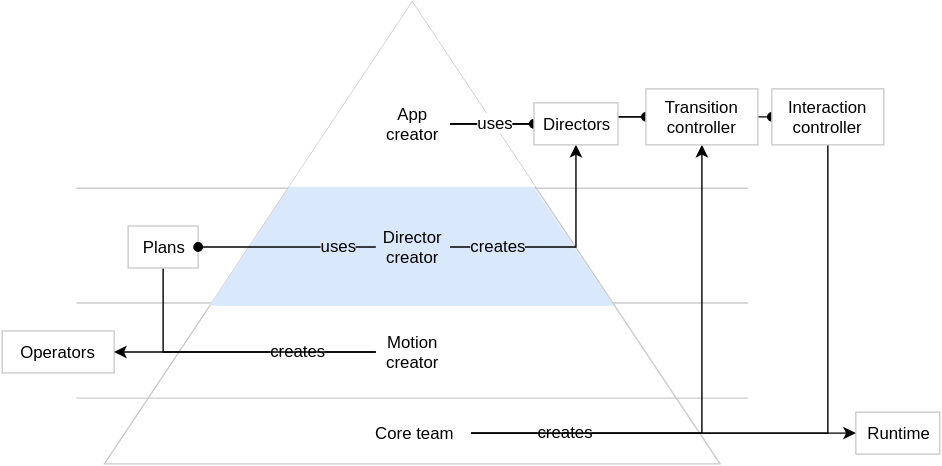
Above: assets/L2.svg in material-motion/material-motion (draw.io), before the change. Source tidied: cells renumbered, new cells last; positions are measured from the earlier drawing's top-left corner, leaving out a move shared by most shapes. The source it was exported from:
```xml
<mxGraphModel background="#ffffff">
  <root>
    <mxCell id="0" />
    <mxCell id="1" parent="0" />
    <mxCell id="2" style="triangle;whiteSpace=wrap;html=1;rotation=-90;strokeColor=#CCCCCC;" parent="1" vertex="1">
      <mxGeometry x="128" width="330" height="440" as="geometry" />
    </mxCell>
    <mxCell id="3" style="endArrow=none;html=1;endFill=0;strokeColor=#CCCCCC;" parent="1" edge="1">
      <mxGeometry relative="1" as="geometry">
        <mxPoint x="53" y="188" as="sourcePoint" />
        <mxPoint x="533" y="188" as="targetPoint" />
      </mxGeometry>
    </mxCell>
    <mxCell id="4" style="endArrow=none;html=1;endFill=0;strokeColor=#CCCCCC;" parent="1" edge="1">
      <mxGeometry relative="1" as="geometry">
        <mxPoint x="53" y="270" as="sourcePoint" />
        <mxPoint x="533" y="270" as="targetPoint" />
      </mxGeometry>
    </mxCell>
    <mxCell id="5" style="endArrow=none;html=1;endFill=0;strokeColor=#CCCCCC;" parent="1" edge="1">
      <mxGeometry relative="1" as="geometry">
        <mxPoint x="53" y="338" as="sourcePoint" />
        <mxPoint x="533" y="338" as="targetPoint" />
      </mxGeometry>
    </mxCell>
    <mxCell id="6" style="triangle;whiteSpace=wrap;html=1;rotation=-90;strokeColor=none;fillColor=#dae8fc;" parent="1" vertex="1">
      <mxGeometry x="185" y="20" width="215" height="289" as="geometry" />
    </mxCell>
    <mxCell id="7" style="triangle;whiteSpace=wrap;html=1;rotation=-90;strokeColor=none;fillColor=#ffffff;" parent="1" vertex="1">
      <mxGeometry x="227" y="33" width="132" height="176" as="geometry" />
    </mxCell>
    <mxCell id="8" style="group;" parent="1" vertex="1">
      <mxGeometry y="117" width="670" height="266" as="geometry" />
    </mxCell>
    <mxCell id="9" style="edgeStyle=orthogonalEdgeStyle;rounded=0;html=1;exitX=1;exitY=0.5;entryX=0;entryY=0.5;startArrow=none;startFill=0;endArrow=oval;endFill=1;jettySize=auto;strokeColor=#000000;" parent="8" edge="1" source="24" target="34">
      <mxGeometry relative="1" as="geometry" />
    </mxCell>
    <mxCell id="10" style="edgeStyle=orthogonalEdgeStyle;rounded=0;html=1;exitX=0;exitY=0.5;entryX=0.5;entryY=1;endArrow=classic;endFill=1;jettySize=auto;strokeColor=#000000;" parent="8" edge="1" source="12">
      <mxGeometry relative="1" as="geometry">
        <mxPoint x="115" y="113" as="targetPoint" />
      </mxGeometry>
    </mxCell>
    <mxCell id="11" value="creates" style="text;html=1;align=center;verticalAlign=middle;labelBackgroundColor=#ffffff;" parent="10" vertex="1">
      <mxGeometry x="0.35" relative="1" as="geometry">
        <mxPoint x="96" y="-1" as="offset" />
      </mxGeometry>
    </mxCell>
    <mxCell id="12" value="Motion creator" style="text;html=1;strokeColor=none;fillColor=none;align=center;verticalAlign=middle;whiteSpace=wrap;overflow=hidden;" parent="8" vertex="1">
      <mxGeometry x="267" y="168" width="53" height="40" as="geometry" />
    </mxCell>
    <mxCell id="13" style="edgeStyle=orthogonalEdgeStyle;rounded=0;html=1;exitX=1;exitY=0.5;entryX=0.5;entryY=1;endArrow=classic;endFill=1;jettySize=auto;strokeColor=#000000;" parent="8" edge="1" source="15">
      <mxGeometry relative="1" as="geometry">
        <mxPoint x="590" y="21" as="targetPoint" />
      </mxGeometry>
    </mxCell>
    <mxCell id="14" value="creates" style="text;html=1;align=center;verticalAlign=middle;labelBackgroundColor=#ffffff;" parent="13" vertex="1">
      <mxGeometry x="-0.24" y="-3" relative="1" as="geometry">
        <mxPoint x="-115" y="-5" as="offset" />
      </mxGeometry>
    </mxCell>
    <mxCell id="15" value="Core team" style="text;html=1;strokeColor=none;fillColor=none;align=center;verticalAlign=middle;whiteSpace=wrap;overflow=hidden;" parent="8" vertex="1">
      <mxGeometry x="252" y="226" width="83" height="40" as="geometry" />
    </mxCell>
    <mxCell id="16" value="Runtime" style="whiteSpace=wrap;html=1;strokeColor=#CCCCCC;" parent="8" vertex="1">
      <mxGeometry x="610" y="231" width="60" height="30" as="geometry" />
    </mxCell>
    <mxCell id="17" style="edgeStyle=orthogonalEdgeStyle;rounded=0;html=1;exitX=1;exitY=0.5;entryX=0;entryY=0.5;endArrow=classic;endFill=1;jettySize=auto;" parent="8" edge="1" source="15" target="16">
      <mxGeometry relative="1" as="geometry" />
    </mxCell>
    <mxCell id="18" style="edgeStyle=orthogonalEdgeStyle;rounded=0;html=1;exitX=1;exitY=0.5;entryX=0.5;entryY=1;endArrow=classic;endFill=1;jettySize=auto;strokeColor=#000000;" parent="8" edge="1" source="15" target="34">
      <mxGeometry relative="1" as="geometry" />
    </mxCell>
    <mxCell id="19" value="Operators" style="whiteSpace=wrap;html=1;strokeColor=#CCCCCC;" parent="8" vertex="1">
      <mxGeometry y="173" width="80" height="30" as="geometry" />
    </mxCell>
    <mxCell id="20" style="edgeStyle=orthogonalEdgeStyle;rounded=0;html=1;exitX=0;exitY=0.5;entryX=1;entryY=0.5;endArrow=classic;endFill=1;jettySize=auto;strokeColor=#000000;" parent="8" edge="1" source="12" target="19">
      <mxGeometry relative="1" as="geometry" />
    </mxCell>
    <mxCell id="21" value="Plans" style="whiteSpace=wrap;html=1;strokeColor=#CCCCCC;" parent="8" vertex="1">
      <mxGeometry x="90" y="98" width="50" height="30" as="geometry" />
    </mxCell>
    <mxCell id="22" style="edgeStyle=orthogonalEdgeStyle;rounded=0;html=1;exitX=1;exitY=0.5;entryX=0;entryY=0.5;startArrow=none;startFill=0;endArrow=oval;endFill=1;jettySize=auto;strokeColor=#000000;" parent="8" edge="1" source="24" target="33">
      <mxGeometry relative="1" as="geometry">
        <Array as="points">
          <mxPoint x="330" y="25" />
          <mxPoint x="330" y="25" />
        </Array>
      </mxGeometry>
    </mxCell>
    <mxCell id="23" value="uses" style="text;html=1;align=center;verticalAlign=middle;labelBackgroundColor=#ffffff;" parent="22" vertex="1">
      <mxGeometry x="-0.07" y="1" relative="1" as="geometry">
        <mxPoint x="4" y="-1" as="offset" />
      </mxGeometry>
    </mxCell>
    <mxCell id="24" value="App creator" style="text;html=1;strokeColor=none;fillColor=none;align=center;verticalAlign=middle;whiteSpace=wrap;overflow=hidden;" parent="8" vertex="1">
      <mxGeometry x="267" y="5" width="53" height="40" as="geometry" />
    </mxCell>
    <mxCell id="25" style="edgeStyle=orthogonalEdgeStyle;rounded=0;html=1;exitX=1;exitY=0.5;entryX=0;entryY=0.5;startArrow=none;startFill=0;endArrow=oval;endFill=1;jettySize=auto;strokeColor=#000000;" parent="8" edge="1" source="24" target="35">
      <mxGeometry relative="1" as="geometry">
        <Array as="points">
          <mxPoint x="420" y="25" />
          <mxPoint x="420" y="20" />
        </Array>
      </mxGeometry>
    </mxCell>
    <mxCell id="26" style="edgeStyle=orthogonalEdgeStyle;rounded=0;html=1;exitX=1;exitY=0.5;entryX=0;entryY=0.5;startArrow=none;startFill=0;endArrow=oval;endFill=1;jettySize=auto;strokeColor=#000000;" parent="8" edge="1" source="24" target="33">
      <mxGeometry relative="1" as="geometry" />
    </mxCell>
    <mxCell id="27" value="uses" style="text;html=1;align=center;verticalAlign=middle;labelBackgroundColor=#ffffff;" parent="26" vertex="1">
      <mxGeometry x="-0.07" y="1" relative="1" as="geometry">
        <mxPoint x="4" y="-1" as="offset" />
      </mxGeometry>
    </mxCell>
    <mxCell id="28" value="Director creator" style="text;html=1;strokeColor=none;fillColor=none;align=center;verticalAlign=middle;whiteSpace=wrap;overflow=hidden;" parent="8" vertex="1">
      <mxGeometry x="267" y="93" width="53" height="40" as="geometry" />
    </mxCell>
    <mxCell id="29" style="edgeStyle=orthogonalEdgeStyle;rounded=0;html=1;exitX=1;exitY=0.5;entryX=0;entryY=0.5;endArrow=none;endFill=0;jettySize=auto;strokeColor=#000000;startArrow=oval;startFill=1;" parent="8" edge="1" source="21" target="28">
      <mxGeometry relative="1" as="geometry" />
    </mxCell>
    <mxCell id="30" value="uses" style="text;html=1;align=center;verticalAlign=middle;labelBackgroundColor=#DAE8FC;" parent="29" vertex="1">
      <mxGeometry x="-0.09" relative="1" as="geometry">
        <mxPoint x="42" y="-2" as="offset" />
      </mxGeometry>
    </mxCell>
    <mxCell id="31" style="edgeStyle=orthogonalEdgeStyle;rounded=0;html=1;exitX=1;exitY=0.5;entryX=0.5;entryY=1;startArrow=none;startFill=0;endArrow=classic;endFill=1;jettySize=auto;strokeColor=#000000;" parent="8" edge="1" source="28" target="33">
      <mxGeometry relative="1" as="geometry" />
    </mxCell>
    <mxCell id="32" value="creates" style="text;html=1;align=center;verticalAlign=middle;labelBackgroundColor=#DAE8FC;" parent="31" vertex="1">
      <mxGeometry x="-0.6" relative="1" as="geometry">
        <mxPoint x="2" y="-2" as="offset" />
      </mxGeometry>
    </mxCell>
    <mxCell id="33" value="Directors" style="whiteSpace=wrap;html=1;strokeColor=#CCCCCC;" parent="8" vertex="1">
      <mxGeometry x="380" y="10" width="60" height="30" as="geometry" />
    </mxCell>
    <mxCell id="34" value="Transition controller" style="whiteSpace=wrap;html=1;strokeColor=#CCCCCC;" parent="8" vertex="1">
      <mxGeometry x="460" width="80" height="40" as="geometry" />
    </mxCell>
    <mxCell id="35" value="Interaction controller" style="whiteSpace=wrap;html=1;strokeColor=#CCCCCC;" parent="8" vertex="1">
      <mxGeometry x="550" width="80" height="40" as="geometry" />
    </mxCell>
  </root>
</mxGraphModel>
```
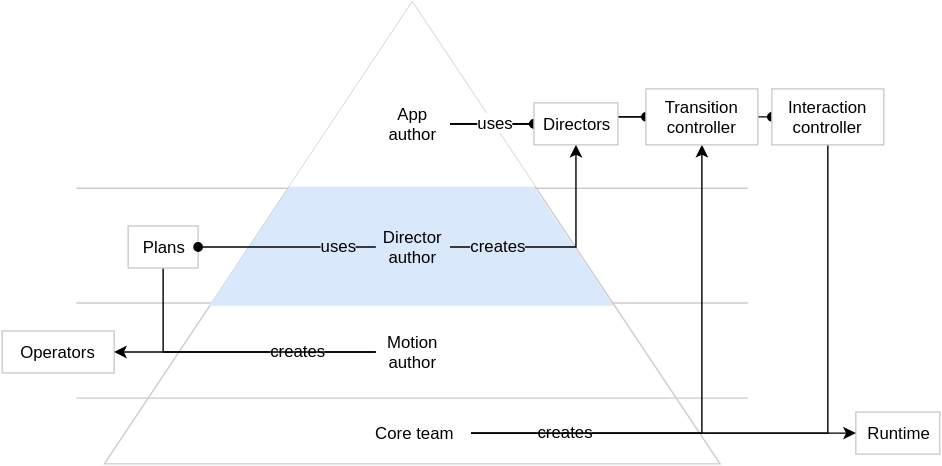
The same file after the commit.

Commit message:
Using "author" language

Change to the diagram source:
```diff
@@ -45,7 +45,7 @@
         <mxPoint x="96" y="-1" as="offset" />
       </mxGeometry>
     </mxCell>
-    <mxCell id="12" value="Motion creator" style="text;html=1;strokeColor=none;fillColor=none;align=center;verticalAlign=middle;whiteSpace=wrap;overflow=hidden;" parent="8" vertex="1">
+    <mxCell id="12" value="Motion author" style="text;html=1;strokeColor=none;fillColor=none;align=center;verticalAlign=middle;whiteSpace=wrap;overflow=hidden;" parent="8" vertex="1">
       <mxGeometry x="267" y="168" width="53" height="40" as="geometry" />
     </mxCell>
     <mxCell id="13" style="edgeStyle=orthogonalEdgeStyle;rounded=0;html=1;exitX=1;exitY=0.5;entryX=0.5;entryY=1;endArrow=classic;endFill=1;jettySize=auto;strokeColor=#000000;" parent="8" edge="1" source="15">
@@ -92,7 +92,7 @@
         <mxPoint x="4" y="-1" as="offset" />
       </mxGeometry>
     </mxCell>
-    <mxCell id="24" value="App creator" style="text;html=1;strokeColor=none;fillColor=none;align=center;verticalAlign=middle;whiteSpace=wrap;overflow=hidden;" parent="8" vertex="1">
+    <mxCell id="24" value="App author" style="text;html=1;strokeColor=none;fillColor=none;align=center;verticalAlign=middle;whiteSpace=wrap;overflow=hidden;" parent="8" vertex="1">
       <mxGeometry x="267" y="5" width="53" height="40" as="geometry" />
     </mxCell>
     <mxCell id="25" style="edgeStyle=orthogonalEdgeStyle;rounded=0;html=1;exitX=1;exitY=0.5;entryX=0;entryY=0.5;startArrow=none;startFill=0;endArrow=oval;endFill=1;jettySize=auto;strokeColor=#000000;" parent="8" edge="1" source="24" target="35">
@@ -111,7 +111,7 @@
         <mxPoint x="4" y="-1" as="offset" />
       </mxGeometry>
     </mxCell>
-    <mxCell id="28" value="Director creator" style="text;html=1;strokeColor=none;fillColor=none;align=center;verticalAlign=middle;whiteSpace=wrap;overflow=hidden;" parent="8" vertex="1">
+    <mxCell id="28" value="Director author" style="text;html=1;strokeColor=none;fillColor=none;align=center;verticalAlign=middle;whiteSpace=wrap;overflow=hidden;" parent="8" vertex="1">
       <mxGeometry x="267" y="93" width="53" height="40" as="geometry" />
     </mxCell>
     <mxCell id="29" style="edgeStyle=orthogonalEdgeStyle;rounded=0;html=1;exitX=1;exitY=0.5;entryX=0;entryY=0.5;endArrow=none;endFill=0;jettySize=auto;strokeColor=#000000;startArrow=oval;startFill=1;" parent="8" edge="1" source="21" target="28">
```
